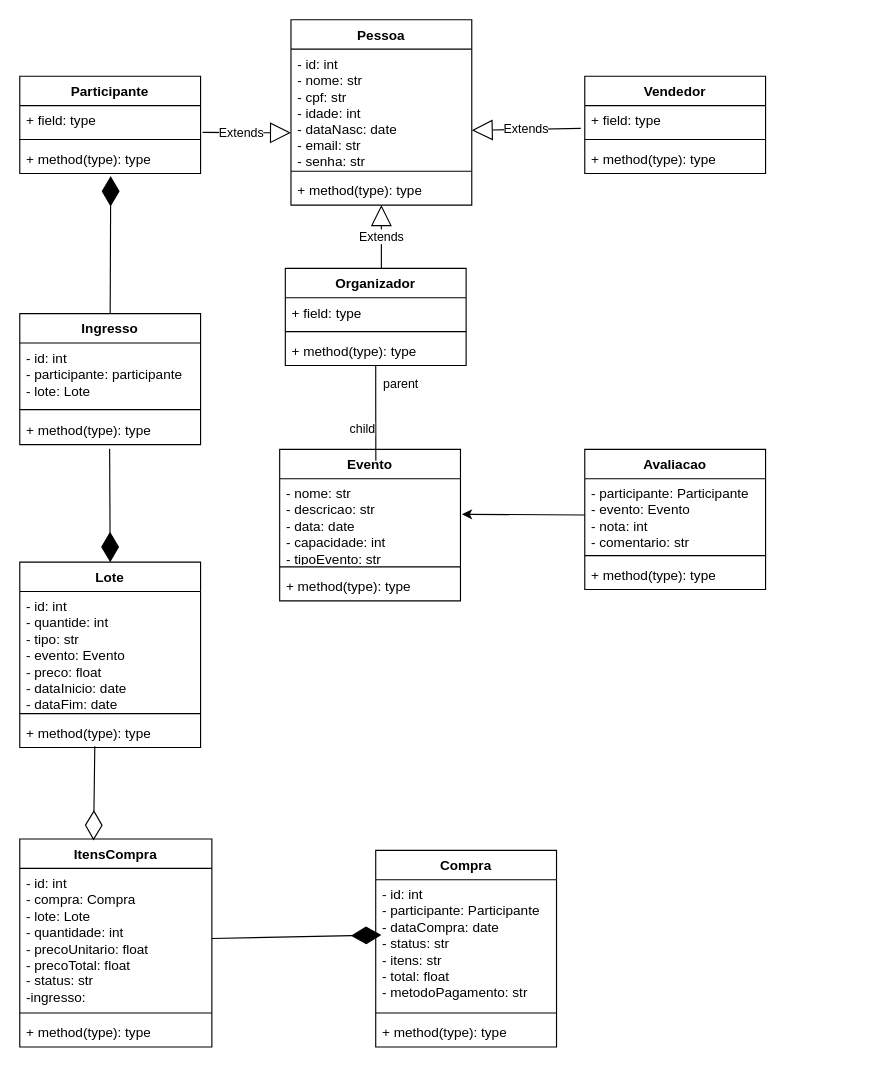
Earlier version of the draw.io diagram plataformaCultural.drawio (LucasVolp/gestart_cultura). Source tidied: cells renumbered, new cells numbered last; positions are measured from the earlier drawing's top-left corner, leaving out a move shared by most shapes. Both pictures are drawn from the tidied source at 113%, with x=0, y=0 at pixel (19, 19).
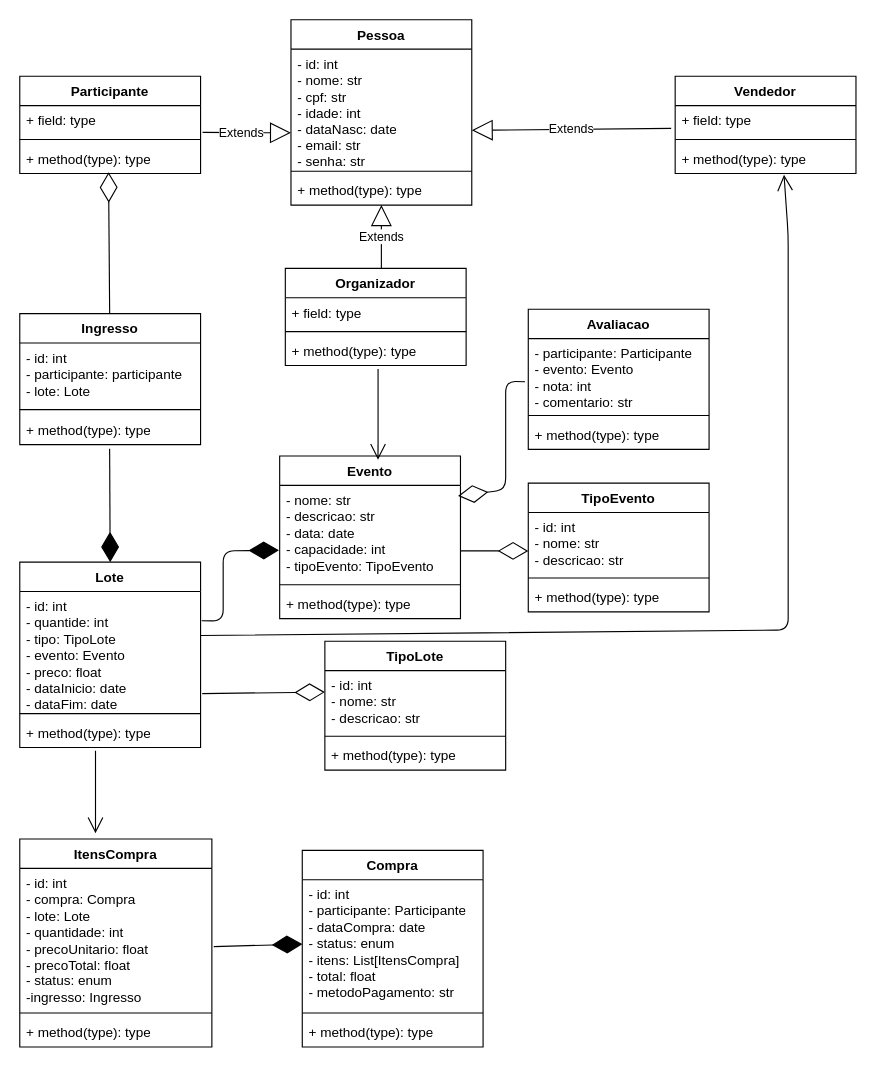
The same page after the edit.

Commit message:
Atualizei o diagrama

The change refers to these unchanged cells:
```xml
<mxCell id="9" value="+ method(type): type" style="text;strokeColor=none;fillColor=none;align=left;verticalAlign=top;spacingLeft=4;spacingRight=4;overflow=hidden;points=[[0,0.5],[1,0.5]];portConstraint=eastwest;whiteSpace=wrap;html=1;" parent="6" vertex="1">
  <mxGeometry y="60" width="160" height="26" as="geometry" />
</mxCell>
<mxCell id="10" value="Organizador" style="swimlane;fontStyle=1;align=center;verticalAlign=top;horizontal=1;startSize=26;whiteSpace=wrap;html=1;" parent="1" vertex="1">
  <mxGeometry x="235" y="220" width="160" height="86" as="geometry" />
</mxCell>
<mxCell id="13" value="+ method(type): type" style="text;strokeColor=none;fillColor=none;align=left;verticalAlign=top;spacingLeft=4;spacingRight=4;overflow=hidden;points=[[0,0.5],[1,0.5]];portConstraint=eastwest;whiteSpace=wrap;html=1;" parent="10" vertex="1">
  <mxGeometry y="60" width="160" height="26" as="geometry" />
</mxCell>
<mxCell id="17" value="+ method(type): type" style="text;strokeColor=none;fillColor=none;align=left;verticalAlign=top;spacingLeft=4;spacingRight=4;overflow=hidden;points=[[0,0.5],[1,0.5]];portConstraint=eastwest;whiteSpace=wrap;html=1;" parent="14" vertex="1">
  <mxGeometry y="60" width="160" height="26" as="geometry" />
</mxCell>
<mxCell id="25" value="Ingresso" style="swimlane;fontStyle=1;align=center;verticalAlign=top;horizontal=1;startSize=26;whiteSpace=wrap;html=1;" parent="1" vertex="1">
  <mxGeometry y="260" width="160" height="116" as="geometry" />
</mxCell>
<mxCell id="30" value="- participante: Participante&lt;div&gt;- evento: Evento&lt;/div&gt;&lt;div&gt;- nota: int&lt;/div&gt;&lt;div&gt;- comentario: str&lt;/div&gt;&lt;div&gt;&lt;br&gt;&lt;/div&gt;" style="text;strokeColor=none;fillColor=none;align=left;verticalAlign=top;spacingLeft=4;spacingRight=4;overflow=hidden;points=[[0,0.5],[1,0.5]];portConstraint=eastwest;whiteSpace=wrap;html=1;" parent="29" vertex="1">
  <mxGeometry y="26" width="160" height="64" as="geometry" />
</mxCell>
<mxCell id="33" value="Lote" style="swimlane;fontStyle=1;align=center;verticalAlign=top;horizontal=1;startSize=26;whiteSpace=wrap;html=1;" parent="1" vertex="1">
  <mxGeometry y="480" width="160" height="164" as="geometry" />
</mxCell>
<mxCell id="36" value="+ method(type): type" style="text;strokeColor=none;fillColor=none;align=left;verticalAlign=top;spacingLeft=4;spacingRight=4;overflow=hidden;points=[[0,0.5],[1,0.5]];portConstraint=eastwest;whiteSpace=wrap;html=1;" parent="33" vertex="1">
  <mxGeometry y="138" width="160" height="26" as="geometry" />
</mxCell>
<mxCell id="47" value="ItensCompra" style="swimlane;fontStyle=1;align=center;verticalAlign=top;horizontal=1;startSize=26;whiteSpace=wrap;html=1;" parent="1" vertex="1">
  <mxGeometry y="725" width="170" height="184" as="geometry" />
</mxCell>
```

What changed in the source:
```diff
@@
     <mxCell id="14" value="Vendedor" style="swimlane;fontStyle=1;align=center;verticalAlign=top;horizontal=1;startSize=26;whiteSpace=wrap;html=1;" parent="1" vertex="1">
-      <mxGeometry x="500" y="50" width="160" height="86" as="geometry" />
+      <mxGeometry x="580" y="50" width="160" height="86" as="geometry" />
     </mxCell>
@@
     <mxCell id="21" value="Evento" style="swimlane;fontStyle=1;align=center;verticalAlign=top;horizontal=1;startSize=26;whiteSpace=wrap;html=1;" parent="1" vertex="1">
-      <mxGeometry x="230" y="380.2" width="160" height="134" as="geometry" />
+      <mxGeometry x="230" y="386" width="160" height="144" as="geometry" />
     </mxCell>
-    <mxCell id="22" value="&lt;div&gt;- nome: str&lt;/div&gt;&lt;div&gt;- descricao: str&lt;/div&gt;&lt;div&gt;- data: date&lt;/div&gt;- capacidade: int&lt;div&gt;- tipoEvento: str&lt;/div&gt;&lt;div&gt;&lt;br&gt;&lt;/div&gt;" style="text;strokeColor=none;fillColor=none;align=left;verticalAlign=top;spacingLeft=4;spacingRight=4;overflow=hidden;points=[[0,0.5],[1,0.5]];portConstraint=eastwest;whiteSpace=wrap;html=1;" parent="21" vertex="1">
-      <mxGeometry y="26" width="160" height="74" as="geometry" />
+    <mxCell id="22" value="&lt;div&gt;- nome: str&lt;/div&gt;&lt;div&gt;- descricao: str&lt;/div&gt;&lt;div&gt;- data: date&lt;/div&gt;- capacidade: int&lt;div&gt;- tipoEvento: TipoEvento&lt;/div&gt;&lt;div&gt;&lt;br&gt;&lt;/div&gt;" style="text;strokeColor=none;fillColor=none;align=left;verticalAlign=top;spacingLeft=4;spacingRight=4;overflow=hidden;points=[[0,0.5],[1,0.5]];portConstraint=eastwest;whiteSpace=wrap;html=1;" parent="21" vertex="1">
+      <mxGeometry y="26" width="160" height="84" as="geometry" />
     </mxCell>
     <mxCell id="23" style="line;strokeWidth=1;fillColor=none;align=left;verticalAlign=middle;spacingTop=-1;spacingLeft=3;spacingRight=3;labelPosition=right;strokeColor=inherit;" parent="21" vertex="1">
-      <mxGeometry y="100" width="160" height="8" as="geometry" />
+      <mxGeometry y="110" width="160" height="8" as="geometry" />
     </mxCell>
     <mxCell id="24" value="+ method(type): type" style="text;strokeColor=none;fillColor=none;align=left;verticalAlign=top;spacingLeft=4;spacingRight=4;overflow=hidden;whiteSpace=wrap;html=1;" parent="21" vertex="1">
-      <mxGeometry y="108" width="160" height="26" as="geometry" />
+      <mxGeometry y="118" width="160" height="26" as="geometry" />
     </mxCell>
@@
     <mxCell id="29" value="Avaliacao" style="swimlane;fontStyle=1;align=center;verticalAlign=top;horizontal=1;startSize=26;whiteSpace=wrap;html=1;" parent="1" vertex="1">
-      <mxGeometry x="500" y="380.2" width="160" height="124" as="geometry" />
+      <mxGeometry x="450" y="256.2" width="160" height="124" as="geometry" />
     </mxCell>
@@
-    <mxCell id="34" value="- id: int&lt;div&gt;- quantide: int&lt;/div&gt;&lt;div&gt;- tipo: str&lt;/div&gt;&lt;div&gt;- evento: Evento&lt;/div&gt;&lt;div&gt;- preco: float&lt;/div&gt;&lt;div&gt;- dataInicio: date&lt;/div&gt;&lt;div&gt;- dataFim: date&lt;/div&gt;" style="text;strokeColor=none;fillColor=none;align=left;verticalAlign=top;spacingLeft=4;spacingRight=4;overflow=hidden;points=[[0,0.5],[1,0.5]];portConstraint=eastwest;whiteSpace=wrap;html=1;" parent="33" vertex="1">
+    <mxCell id="34" value="- id: int&lt;div&gt;- quantide: int&lt;/div&gt;&lt;div&gt;- tipo: TipoLote&lt;/div&gt;&lt;div&gt;- evento: Evento&lt;/div&gt;&lt;div&gt;- preco: float&lt;/div&gt;&lt;div&gt;- dataInicio: date&lt;/div&gt;&lt;div&gt;- dataFim: date&lt;/div&gt;" style="text;strokeColor=none;fillColor=none;align=left;verticalAlign=top;spacingLeft=4;spacingRight=4;overflow=hidden;points=[[0,0.5],[1,0.5]];portConstraint=eastwest;whiteSpace=wrap;html=1;" parent="33" vertex="1">
       <mxGeometry y="26" width="160" height="104" as="geometry" />
     </mxCell>
@@
-    <mxCell id="37" style="endArrow=none;html=1;edgeStyle=orthogonalEdgeStyle;exitX=0.5;exitY=1;exitDx=0;exitDy=0;entryX=0.532;entryY=0.075;entryDx=0;entryDy=0;entryPerimeter=0;" parent="1" edge="1" source="10" target="21">
-      <mxGeometry relative="1" as="geometry" />
-    </mxCell>
-    <mxCell id="38" value="parent" style="edgeLabel;html=1;align=left;verticalAlign=bottom;" parent="37" vertex="1">
-      <mxGeometry x="-1" relative="1" as="geometry">
-        <mxPoint x="5" y="24" as="offset" />
-      </mxGeometry>
-    </mxCell>
-    <mxCell id="39" value="child" style="edgeLabel;html=1;align=right;verticalAlign=bottom;" parent="37" vertex="1">
-      <mxGeometry x="1" relative="1" as="geometry">
-        <mxPoint y="-20" as="offset" />
-      </mxGeometry>
-    </mxCell>
-    <mxCell id="40" style="edgeStyle=none;html=1;exitX=0;exitY=0.5;exitDx=0;exitDy=0;entryX=1.008;entryY=0.425;entryDx=0;entryDy=0;entryPerimeter=0;" parent="1" edge="1" source="30" target="22">
-      <mxGeometry relative="1" as="geometry" />
-    </mxCell>
-    <mxCell id="41" style="endArrow=diamondThin;endFill=1;endSize=24;html=1;exitX=0.5;exitY=0;exitDx=0;exitDy=0;entryX=0.503;entryY=1.089;entryDx=0;entryDy=0;entryPerimeter=0;" parent="1" edge="1" source="25" target="9">
-      <mxGeometry relative="1" as="geometry" />
-    </mxCell>
@@
     <mxCell id="43" value="Compra" style="swimlane;fontStyle=1;align=center;verticalAlign=top;horizontal=1;startSize=26;whiteSpace=wrap;html=1;" parent="1" vertex="1">
-      <mxGeometry x="315" y="735" width="160" height="174" as="geometry" />
+      <mxGeometry x="250" y="735" width="160" height="174" as="geometry" />
     </mxCell>
-    <mxCell id="44" value="- id: int&lt;div&gt;- participante: Participante&lt;/div&gt;&lt;div&gt;- dataCompra: date&lt;/div&gt;&lt;div&gt;- status: str&lt;/div&gt;&lt;div&gt;- itens: str&amp;nbsp;&lt;/div&gt;&lt;div&gt;- total: float&lt;/div&gt;&lt;div&gt;- metodoPagamento: str&lt;/div&gt;" style="text;strokeColor=none;fillColor=none;align=left;verticalAlign=top;spacingLeft=4;spacingRight=4;overflow=hidden;points=[[0,0.5],[1,0.5]];portConstraint=eastwest;whiteSpace=wrap;html=1;" parent="43" vertex="1">
+    <mxCell id="44" value="- id: int&lt;div&gt;- participante: Participante&lt;/div&gt;&lt;div&gt;- dataCompra: date&lt;/div&gt;&lt;div&gt;- status: enum&lt;/div&gt;&lt;div&gt;- itens: List[ItensCompra]&amp;nbsp;&lt;/div&gt;&lt;div&gt;- total: float&lt;/div&gt;&lt;div&gt;- metodoPagamento: str&lt;/div&gt;" style="text;strokeColor=none;fillColor=none;align=left;verticalAlign=top;spacingLeft=4;spacingRight=4;overflow=hidden;points=[[0,0.5],[1,0.5]];portConstraint=eastwest;whiteSpace=wrap;html=1;" parent="43" vertex="1">
       <mxGeometry y="26" width="160" height="114" as="geometry" />
     </mxCell>
@@
-    <mxCell id="48" value="- id: int&lt;div&gt;- compra: Compra&lt;/div&gt;&lt;div&gt;- lote: Lote&lt;/div&gt;&lt;div&gt;- quantidade: int&lt;/div&gt;&lt;div&gt;- precoUnitario: float&lt;/div&gt;&lt;div&gt;- precoTotal: float&lt;/div&gt;&lt;div&gt;- status: str&lt;/div&gt;&lt;div&gt;-ingresso:&lt;/div&gt;" style="text;strokeColor=none;fillColor=none;align=left;verticalAlign=top;spacingLeft=4;spacingRight=4;overflow=hidden;points=[[0,0.5],[1,0.5]];portConstraint=eastwest;whiteSpace=wrap;html=1;" parent="47" vertex="1">
+    <mxCell id="48" value="- id: int&lt;div&gt;- compra: Compra&lt;/div&gt;&lt;div&gt;- lote: Lote&lt;/div&gt;&lt;div&gt;- quantidade: int&lt;/div&gt;&lt;div&gt;- precoUnitario: float&lt;/div&gt;&lt;div&gt;- precoTotal: float&lt;/div&gt;&lt;div&gt;- status: enum&lt;/div&gt;&lt;div&gt;-ingresso: Ingresso&lt;/div&gt;" style="text;strokeColor=none;fillColor=none;align=left;verticalAlign=top;spacingLeft=4;spacingRight=4;overflow=hidden;points=[[0,0.5],[1,0.5]];portConstraint=eastwest;whiteSpace=wrap;html=1;" parent="47" vertex="1">
       <mxGeometry y="26" width="170" height="124" as="geometry" />
     </mxCell>
@@
-    <mxCell id="51" style="endArrow=diamondThin;endFill=1;endSize=24;html=1;exitX=1;exitY=0.5;exitDx=0;exitDy=0;" parent="1" edge="1" source="48">
-      <mxGeometry relative="1" as="geometry">
-        <mxPoint x="320" y="810" as="targetPoint" />
-      </mxGeometry>
+    <mxCell id="51" style="endArrow=diamondThin;endFill=1;endSize=24;html=1;exitX=1.01;exitY=0.558;exitDx=0;exitDy=0;exitPerimeter=0;entryX=0;entryY=0.5;entryDx=0;entryDy=0;" parent="1" edge="1" source="48" target="44">
+      <mxGeometry relative="1" as="geometry" />
     </mxCell>
-    <mxCell id="52" style="endArrow=diamondThin;endFill=0;endSize=24;html=1;exitX=0.415;exitY=0.957;exitDx=0;exitDy=0;exitPerimeter=0;entryX=0.384;entryY=0.007;entryDx=0;entryDy=0;entryPerimeter=0;" parent="1" edge="1" source="36" target="47">
-      <mxGeometry relative="1" as="geometry" />
-    </mxCell>
+    <mxCell id="53" style="endArrow=open;endFill=1;endSize=12;html=1;exitX=0.513;exitY=1.115;exitDx=0;exitDy=0;exitPerimeter=0;entryX=0.544;entryY=0.024;entryDx=0;entryDy=0;entryPerimeter=0;" parent="1" edge="1" source="13" target="21">
+      <mxGeometry relative="1" as="geometry" />
+    </mxCell>
+    <mxCell id="54" style="endArrow=diamondThin;endFill=1;endSize=24;html=1;entryX=-0.004;entryY=0.684;entryDx=0;entryDy=0;exitX=1.006;exitY=0.248;exitDx=0;exitDy=0;exitPerimeter=0;entryPerimeter=0;" parent="1" edge="1" source="34" target="22">
+      <mxGeometry relative="1" as="geometry">
+        <Array as="points">
+          <mxPoint x="180" y="532" />
+          <mxPoint x="180" y="470" />
+        </Array>
+      </mxGeometry>
+    </mxCell>
+    <mxCell id="40" style="endArrow=diamondThin;endFill=0;endSize=24;html=1;exitX=-0.018;exitY=0.595;exitDx=0;exitDy=0;exitPerimeter=0;entryX=0.987;entryY=0.112;entryDx=0;entryDy=0;entryPerimeter=0;" parent="1" edge="1" source="30" target="22">
+      <mxGeometry relative="1" as="geometry">
+        <Array as="points">
+          <mxPoint x="430" y="320" />
+          <mxPoint x="430" y="380" />
+          <mxPoint x="430" y="416" />
+        </Array>
+      </mxGeometry>
+    </mxCell>
+    <mxCell id="41" style="endArrow=diamondThin;endFill=0;endSize=24;html=1;entryX=0.491;entryY=0.956;entryDx=0;entryDy=0;entryPerimeter=0;" parent="1" edge="1" source="25" target="9">
+      <mxGeometry relative="1" as="geometry" />
+    </mxCell>
+    <mxCell id="55" style="endArrow=open;endFill=1;endSize=12;html=1;exitX=1.001;exitY=0.374;exitDx=0;exitDy=0;exitPerimeter=0;entryX=0.602;entryY=1.044;entryDx=0;entryDy=0;entryPerimeter=0;" parent="1" edge="1" source="34" target="17">
+      <mxGeometry relative="1" as="geometry">
+        <Array as="points">
+          <mxPoint x="680" y="540" />
+          <mxPoint x="680" y="340" />
+          <mxPoint x="680" y="240" />
+          <mxPoint x="680" y="190" />
+        </Array>
+      </mxGeometry>
+    </mxCell>
+    <mxCell id="56" style="endArrow=open;endFill=1;endSize=12;html=1;exitX=0.419;exitY=1.115;exitDx=0;exitDy=0;exitPerimeter=0;" parent="1" edge="1" source="36">
+      <mxGeometry relative="1" as="geometry">
+        <mxPoint x="67" y="720" as="targetPoint" />
+      </mxGeometry>
+    </mxCell>
+    <mxCell id="57" value="TipoEvento" style="swimlane;fontStyle=1;align=center;verticalAlign=top;horizontal=1;startSize=26;whiteSpace=wrap;html=1;" parent="1" vertex="1">
+      <mxGeometry x="450" y="410" width="160" height="114" as="geometry" />
+    </mxCell>
+    <mxCell id="58" value="- id: int&lt;div&gt;- nome: str&lt;/div&gt;&lt;div&gt;- descricao: str&lt;/div&gt;" style="text;strokeColor=none;fillColor=none;align=left;verticalAlign=top;spacingLeft=4;spacingRight=4;overflow=hidden;points=[[0,0.5],[1,0.5]];portConstraint=eastwest;whiteSpace=wrap;html=1;" parent="57" vertex="1">
+      <mxGeometry y="26" width="160" height="54" as="geometry" />
+    </mxCell>
+    <mxCell id="59" style="line;strokeWidth=1;fillColor=none;align=left;verticalAlign=middle;spacingTop=-1;spacingLeft=3;spacingRight=3;labelPosition=right;strokeColor=inherit;" parent="57" vertex="1">
+      <mxGeometry y="80" width="160" height="8" as="geometry" />
+    </mxCell>
+    <mxCell id="60" value="+ method(type): type" style="text;strokeColor=none;fillColor=none;align=left;verticalAlign=top;spacingLeft=4;spacingRight=4;overflow=hidden;whiteSpace=wrap;html=1;" parent="57" vertex="1">
+      <mxGeometry y="88" width="160" height="26" as="geometry" />
+    </mxCell>
+    <mxCell id="61" value="TipoLote" style="swimlane;fontStyle=1;align=center;verticalAlign=top;horizontal=1;startSize=26;whiteSpace=wrap;html=1;" parent="1" vertex="1">
+      <mxGeometry x="270" y="550" width="160" height="114" as="geometry" />
+    </mxCell>
+    <mxCell id="62" value="- id: int&lt;div&gt;- nome: str&lt;/div&gt;&lt;div&gt;- descricao: str&lt;/div&gt;" style="text;strokeColor=none;fillColor=none;align=left;verticalAlign=top;spacingLeft=4;spacingRight=4;overflow=hidden;whiteSpace=wrap;html=1;" parent="61" vertex="1">
+      <mxGeometry y="26" width="160" height="54" as="geometry" />
+    </mxCell>
+    <mxCell id="63" style="line;strokeWidth=1;fillColor=none;align=left;verticalAlign=middle;spacingTop=-1;spacingLeft=3;spacingRight=3;labelPosition=right;strokeColor=inherit;" parent="61" vertex="1">
+      <mxGeometry y="80" width="160" height="8" as="geometry" />
+    </mxCell>
+    <mxCell id="64" value="+ method(type): type" style="text;strokeColor=none;fillColor=none;align=left;verticalAlign=top;spacingLeft=4;spacingRight=4;overflow=hidden;whiteSpace=wrap;html=1;" parent="61" vertex="1">
+      <mxGeometry y="88" width="160" height="26" as="geometry" />
+    </mxCell>
+    <mxCell id="65" style="endArrow=diamondThin;endFill=0;endSize=24;html=1;exitX=1.009;exitY=0.868;exitDx=0;exitDy=0;exitPerimeter=0;" parent="1" edge="1" source="34">
+      <mxGeometry relative="1" as="geometry">
+        <mxPoint x="270" y="595" as="targetPoint" />
+      </mxGeometry>
+    </mxCell>
+    <mxCell id="66" style="endArrow=diamondThin;endFill=0;endSize=24;html=1;entryX=0;entryY=0.63;entryDx=0;entryDy=0;entryPerimeter=0;" parent="1" edge="1" target="58">
+      <mxGeometry relative="1" as="geometry">
+        <mxPoint x="390" y="470" as="sourcePoint" />
+      </mxGeometry>
+    </mxCell>
```
